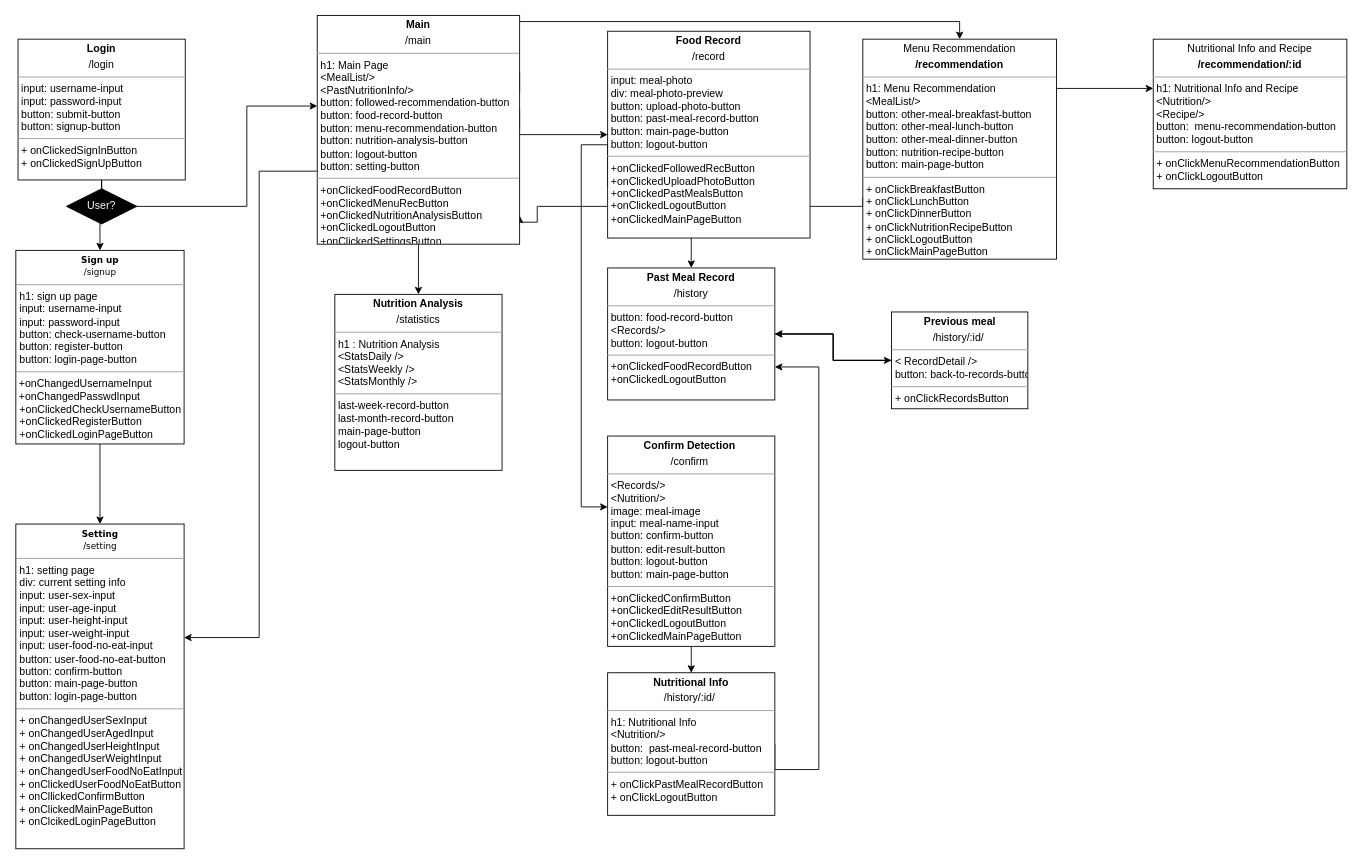
Above: Untitled Diagram.drawio in swsnu/swpp2021-team5 (draw.io), before the change. Source tidied: cells renumbered, new cells numbered last; positions are measured from the earlier drawing's top-left corner, leaving out a move shared by most shapes. Both pictures are drawn from the tidied source at 88%, with x=0, y=0 at pixel (16, 15).
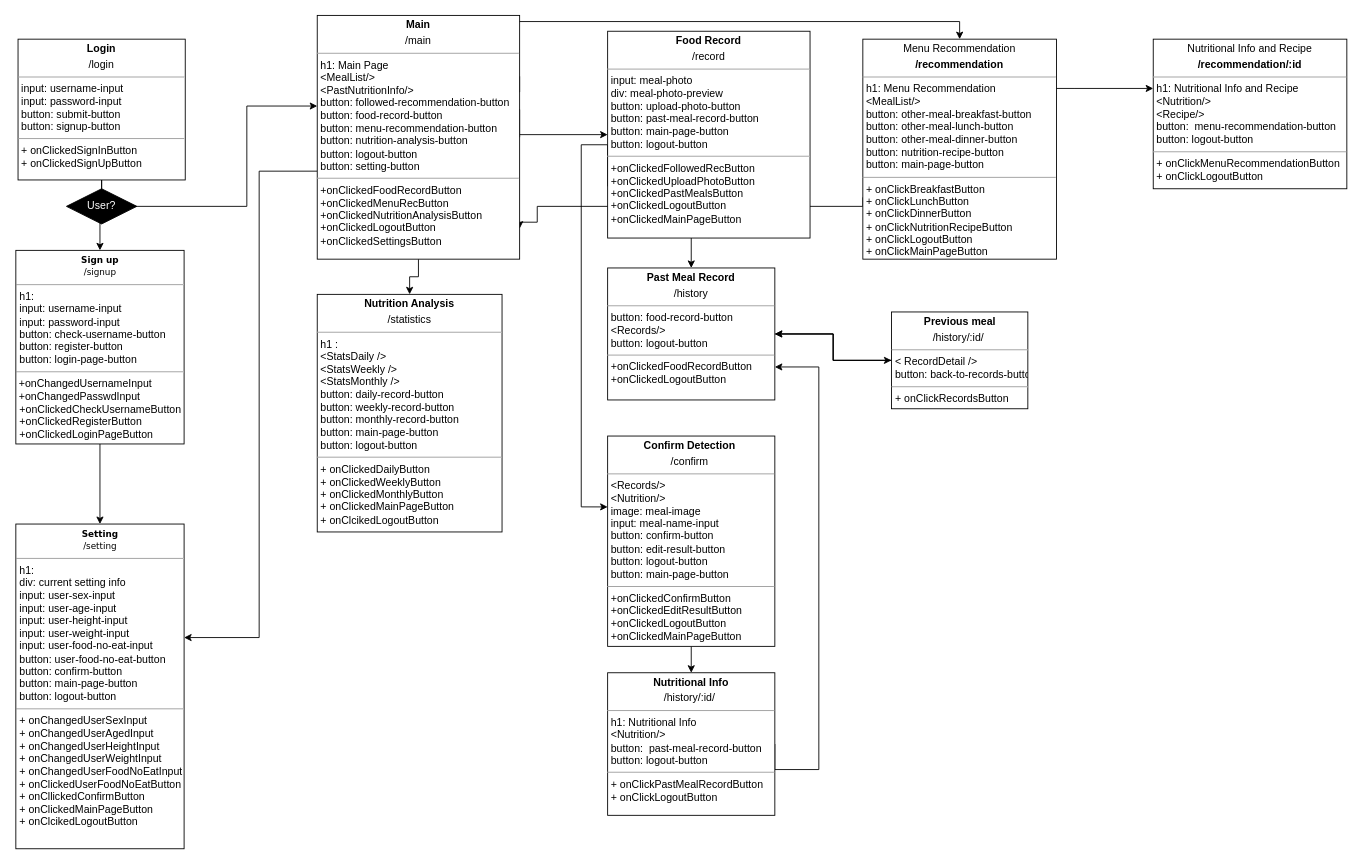
The same diagram, later.

What changed in the source:
```diff
@@
-    <mxCell id="2" value="&lt;p style=&quot;margin: 0px ; margin-top: 4px ; text-align: center&quot;&gt;&lt;b&gt;Nutrition Analysis&lt;/b&gt;&lt;/p&gt;&lt;p style=&quot;margin: 0px ; margin-top: 4px ; text-align: center&quot;&gt;/statistics&lt;/p&gt;&lt;hr size=&quot;1&quot;&gt;&lt;p style=&quot;margin: 0px ; margin-left: 4px&quot;&gt;h1 : Nutrition Analysis&lt;/p&gt;&lt;p style=&quot;margin: 0px ; margin-left: 4px&quot;&gt;&amp;lt;StatsDaily /&amp;gt;&lt;/p&gt;&lt;p style=&quot;margin: 0px ; margin-left: 4px&quot;&gt;&amp;lt;StatsWeekly /&amp;gt;&lt;/p&gt;&lt;p style=&quot;margin: 0px ; margin-left: 4px&quot;&gt;&amp;lt;StatsMonthly /&amp;gt;&lt;/p&gt;&lt;hr size=&quot;1&quot;&gt;&lt;p style=&quot;margin: 0px ; margin-left: 4px&quot;&gt;last-week-record-button&lt;/p&gt;&lt;p style=&quot;margin: 0px ; margin-left: 4px&quot;&gt;last-month-record-button&lt;/p&gt;&lt;p style=&quot;margin: 0px ; margin-left: 4px&quot;&gt;main-page-button&lt;/p&gt;&lt;p style=&quot;margin: 0px ; margin-left: 4px&quot;&gt;logout-button&lt;/p&gt;" style="verticalAlign=top;align=left;overflow=fill;fontSize=12;fontFamily=Helvetica;html=1;rounded=0;shadow=0;comic=0;labelBackgroundColor=none;strokeWidth=1;" parent="1" vertex="1">
-      <mxGeometry x="362" y="317" width="190" height="200" as="geometry" />
+    <mxCell id="2" value="&lt;p style=&quot;margin: 4px 0px 0px ; text-align: center&quot;&gt;&lt;b&gt;Nutrition Analysis&lt;/b&gt;&lt;/p&gt;&lt;p style=&quot;margin: 4px 0px 0px ; text-align: center&quot;&gt;/statistics&lt;/p&gt;&lt;hr size=&quot;1&quot;&gt;&lt;p style=&quot;margin: 0px 0px 0px 4px&quot;&gt;h1 :&amp;nbsp;&lt;/p&gt;&lt;p style=&quot;margin: 0px 0px 0px 4px&quot;&gt;&amp;lt;StatsDaily /&amp;gt;&lt;/p&gt;&lt;p style=&quot;margin: 0px 0px 0px 4px&quot;&gt;&amp;lt;StatsWeekly /&amp;gt;&lt;/p&gt;&lt;p style=&quot;margin: 0px 0px 0px 4px&quot;&gt;&amp;lt;StatsMonthly /&amp;gt;&lt;/p&gt;&lt;p style=&quot;margin: 0px 0px 0px 4px&quot;&gt;button: daily-record-button&lt;/p&gt;&lt;p style=&quot;margin: 0px 0px 0px 4px&quot;&gt;&lt;span&gt;button:&amp;nbsp;&lt;/span&gt;&lt;span&gt;weekly-record-button&lt;/span&gt;&lt;/p&gt;&lt;p style=&quot;margin: 0px 0px 0px 4px&quot;&gt;&lt;span&gt;button:&amp;nbsp;&lt;/span&gt;&lt;span&gt;monthly-record-button&lt;/span&gt;&lt;/p&gt;&lt;p style=&quot;margin: 0px 0px 0px 4px&quot;&gt;button: main-page-button&lt;/p&gt;&lt;p style=&quot;margin: 0px 0px 0px 4px&quot;&gt;button: logout-button&lt;/p&gt;&lt;hr size=&quot;1&quot;&gt;&lt;p style=&quot;margin: 0px 0px 0px 4px&quot;&gt;+ onClickedDailyButton&lt;/p&gt;&lt;p style=&quot;margin: 0px 0px 0px 4px&quot;&gt;+ onClickedWeeklyButton&lt;/p&gt;&lt;p style=&quot;margin: 0px 0px 0px 4px&quot;&gt;+ onClickedMonthlyButton&amp;nbsp;&lt;/p&gt;&lt;p style=&quot;margin: 0px 0px 0px 4px&quot;&gt;+ onClickedMainPageButton&lt;/p&gt;&lt;p style=&quot;margin: 0px 0px 0px 4px&quot;&gt;+ onClcikedLogoutButton&lt;/p&gt;" style="verticalAlign=top;align=left;overflow=fill;fontSize=12;fontFamily=Helvetica;html=1;rounded=0;shadow=0;comic=0;labelBackgroundColor=none;strokeWidth=1;" parent="1" vertex="1">
+      <mxGeometry x="342" y="317" width="210" height="270" as="geometry" />
     </mxCell>
@@
     <mxCell id="9" value="&lt;p style=&quot;margin: 0px ; margin-top: 4px ; text-align: center&quot;&gt;&lt;b&gt;Main&lt;/b&gt;&lt;/p&gt;&lt;p style=&quot;margin: 0px ; margin-top: 4px ; text-align: center&quot;&gt;/main&lt;/p&gt;&lt;hr size=&quot;1&quot;&gt;&lt;p style=&quot;margin: 0px ; margin-left: 4px&quot;&gt;h1: Main Page&lt;/p&gt;&lt;p style=&quot;margin: 0px ; margin-left: 4px&quot;&gt;&amp;lt;MealList/&amp;gt;&lt;/p&gt;&lt;p style=&quot;margin: 0px ; margin-left: 4px&quot;&gt;&amp;lt;PastNutritionInfo/&amp;gt;&lt;/p&gt;&lt;p style=&quot;margin: 0px 0px 0px 4px&quot;&gt;button: followed-recommendation-button&lt;/p&gt;&lt;p style=&quot;margin: 0px ; margin-left: 4px&quot;&gt;&lt;span&gt;button: food-record-button&lt;/span&gt;&lt;br&gt;&lt;/p&gt;&lt;p style=&quot;margin: 0px 0px 0px 4px&quot;&gt;button: menu-recommendation-button&lt;/p&gt;&lt;p style=&quot;margin: 0px 0px 0px 4px&quot;&gt;button: nutrition-analysis-button&lt;/p&gt;&lt;p style=&quot;margin: 0px 0px 0px 4px&quot;&gt;button: logout-button&lt;/p&gt;&lt;p style=&quot;margin: 0px 0px 0px 4px&quot;&gt;button: setting-button&lt;/p&gt;&lt;hr size=&quot;1&quot;&gt;&lt;p style=&quot;margin: 0px ; margin-left: 4px&quot;&gt;+onClickedFoodRecordButton&lt;/p&gt;&lt;p style=&quot;margin: 0px ; margin-left: 4px&quot;&gt;+onClickedMenuRecButton&lt;/p&gt;&lt;p style=&quot;margin: 0px ; margin-left: 4px&quot;&gt;+onClickedNutritionAnalysisButton&lt;/p&gt;&lt;p style=&quot;margin: 0px ; margin-left: 4px&quot;&gt;+onClickedLogoutButton&lt;/p&gt;&lt;p style=&quot;margin: 0px ; margin-left: 4px&quot;&gt;+onClickedSettingsButton&lt;/p&gt;" style="verticalAlign=top;align=left;overflow=fill;fontSize=12;fontFamily=Helvetica;html=1;rounded=0;shadow=0;comic=0;labelBackgroundColor=none;strokeWidth=1;" parent="1" vertex="1">
-      <mxGeometry x="342" width="230" height="260" as="geometry" />
+      <mxGeometry x="342" width="230" height="277" as="geometry" />
     </mxCell>
@@
-    <mxCell id="20" value="&lt;p style=&quot;margin: 4px 0px 0px ; text-align: center&quot;&gt;&lt;b style=&quot;font-family: &amp;#34;verdana&amp;#34; ; font-size: 10px&quot;&gt;Sign up&lt;/b&gt;&lt;br style=&quot;font-family: &amp;#34;verdana&amp;#34; ; font-size: 10px&quot;&gt;&lt;span style=&quot;font-family: &amp;#34;verdana&amp;#34; ; font-size: 10px&quot;&gt;/signup&lt;/span&gt;&lt;br&gt;&lt;/p&gt;&lt;hr size=&quot;1&quot;&gt;&lt;p style=&quot;margin: 0px 0px 0px 4px&quot;&gt;h1: sign up page&lt;/p&gt;&lt;p style=&quot;margin: 0px 0px 0px 4px&quot;&gt;input: username-input&lt;/p&gt;&lt;p style=&quot;margin: 0px 0px 0px 4px&quot;&gt;input: password-input&lt;/p&gt;&lt;p style=&quot;margin: 0px 0px 0px 4px&quot;&gt;button: check-username-button&lt;/p&gt;&lt;p style=&quot;margin: 0px 0px 0px 4px&quot;&gt;button: register-button&lt;/p&gt;&lt;p style=&quot;margin: 0px 0px 0px 4px&quot;&gt;button: login-page-button&lt;/p&gt;&lt;hr size=&quot;1&quot;&gt;&amp;nbsp;+onChangedUsernameInput&lt;br&gt;&amp;nbsp;+onChangedPasswdInput&lt;br&gt;&lt;p style=&quot;margin: 0px 0px 0px 4px&quot;&gt;+onClickedCheckUsernameButton&lt;/p&gt;&lt;p style=&quot;margin: 0px 0px 0px 4px&quot;&gt;+onClickedRegisterButton&lt;/p&gt;&lt;p style=&quot;margin: 0px 0px 0px 4px&quot;&gt;+onClickedLoginPageButton&lt;/p&gt;" style="verticalAlign=top;align=left;overflow=fill;fontSize=12;fontFamily=Helvetica;html=1;" parent="1" vertex="1">
+    <mxCell id="20" value="&lt;p style=&quot;margin: 4px 0px 0px ; text-align: center&quot;&gt;&lt;b style=&quot;font-family: &amp;#34;verdana&amp;#34; ; font-size: 10px&quot;&gt;Sign up&lt;/b&gt;&lt;br style=&quot;font-family: &amp;#34;verdana&amp;#34; ; font-size: 10px&quot;&gt;&lt;span style=&quot;font-family: &amp;#34;verdana&amp;#34; ; font-size: 10px&quot;&gt;/signup&lt;/span&gt;&lt;br&gt;&lt;/p&gt;&lt;hr size=&quot;1&quot;&gt;&lt;p style=&quot;margin: 0px 0px 0px 4px&quot;&gt;h1:&amp;nbsp;&lt;/p&gt;&lt;p style=&quot;margin: 0px 0px 0px 4px&quot;&gt;&lt;span&gt;input: username-input&lt;/span&gt;&lt;/p&gt;&lt;p style=&quot;margin: 0px 0px 0px 4px&quot;&gt;input: password-input&lt;/p&gt;&lt;p style=&quot;margin: 0px 0px 0px 4px&quot;&gt;button: check-username-button&lt;/p&gt;&lt;p style=&quot;margin: 0px 0px 0px 4px&quot;&gt;button: register-button&lt;/p&gt;&lt;p style=&quot;margin: 0px 0px 0px 4px&quot;&gt;button: login-page-button&lt;/p&gt;&lt;hr size=&quot;1&quot;&gt;&amp;nbsp;+onChangedUsernameInput&lt;br&gt;&amp;nbsp;+onChangedPasswdInput&lt;br&gt;&lt;p style=&quot;margin: 0px 0px 0px 4px&quot;&gt;+onClickedCheckUsernameButton&lt;/p&gt;&lt;p style=&quot;margin: 0px 0px 0px 4px&quot;&gt;+onClickedRegisterButton&lt;/p&gt;&lt;p style=&quot;margin: 0px 0px 0px 4px&quot;&gt;+onClickedLoginPageButton&lt;/p&gt;" style="verticalAlign=top;align=left;overflow=fill;fontSize=12;fontFamily=Helvetica;html=1;" parent="1" vertex="1">
       <mxGeometry x="-0.5" y="267" width="191.2" height="220" as="geometry" />
     </mxCell>
-    <mxCell id="21" value="&lt;p style=&quot;margin: 4px 0px 0px ; text-align: center&quot;&gt;&lt;b style=&quot;font-family: &amp;#34;verdana&amp;#34; ; font-size: 10px&quot;&gt;Setting&lt;/b&gt;&lt;br style=&quot;font-family: &amp;#34;verdana&amp;#34; ; font-size: 10px&quot;&gt;&lt;span style=&quot;font-family: &amp;#34;verdana&amp;#34; ; font-size: 10px&quot;&gt;/setting&lt;/span&gt;&lt;br&gt;&lt;/p&gt;&lt;hr size=&quot;1&quot;&gt;&lt;p style=&quot;margin: 0px 0px 0px 4px&quot;&gt;h1: setting page&lt;/p&gt;&lt;p style=&quot;margin: 0px 0px 0px 4px&quot;&gt;div: current setting info&lt;/p&gt;&lt;p style=&quot;margin: 0px 0px 0px 4px&quot;&gt;input: user-sex-input&lt;/p&gt;&lt;p style=&quot;margin: 0px 0px 0px 4px&quot;&gt;input: user-age-input&lt;/p&gt;&lt;p style=&quot;margin: 0px 0px 0px 4px&quot;&gt;input: user-height-input&lt;/p&gt;&lt;p style=&quot;margin: 0px 0px 0px 4px&quot;&gt;input: user-weight-input&lt;/p&gt;&lt;p style=&quot;margin: 0px 0px 0px 4px&quot;&gt;input: user-food-no-eat-input&lt;br&gt;&lt;/p&gt;&lt;p style=&quot;margin: 0px 0px 0px 4px&quot;&gt;button: user-food-no-eat-button&lt;/p&gt;&lt;p style=&quot;margin: 0px 0px 0px 4px&quot;&gt;&lt;span&gt;button: confirm-button&lt;/span&gt;&lt;br&gt;&lt;/p&gt;&lt;p style=&quot;margin: 0px 0px 0px 4px&quot;&gt;button: main-page-button&lt;/p&gt;&lt;p style=&quot;margin: 0px 0px 0px 4px&quot;&gt;button: login-page-button&lt;/p&gt;&lt;hr size=&quot;1&quot;&gt;&lt;p style=&quot;margin: 0px 0px 0px 4px&quot;&gt;+ onChangedUserSexInput&lt;/p&gt;&lt;p style=&quot;margin: 0px 0px 0px 4px&quot;&gt;+ onChangedUserAgedInput&lt;/p&gt;&lt;p style=&quot;margin: 0px 0px 0px 4px&quot;&gt;+ onChangedUserHeightInput&lt;/p&gt;&lt;p style=&quot;margin: 0px 0px 0px 4px&quot;&gt;+ onChangedUserWeightInput&lt;/p&gt;&lt;p style=&quot;margin: 0px 0px 0px 4px&quot;&gt;+ onChangedUserFoodNoEatInput&lt;/p&gt;&lt;p style=&quot;margin: 0px 0px 0px 4px&quot;&gt;+ onClickedUserFoodNoEatButton&lt;/p&gt;&lt;p style=&quot;margin: 0px 0px 0px 4px&quot;&gt;+ onCllickedConfirmButton&lt;/p&gt;&lt;p style=&quot;margin: 0px 0px 0px 4px&quot;&gt;+ onClickedMainPageButton&lt;/p&gt;&lt;p style=&quot;margin: 0px 0px 0px 4px&quot;&gt;+ onClcikedLoginPageButton&lt;/p&gt;&lt;p style=&quot;margin: 0px 0px 0px 4px&quot;&gt;&lt;br&gt;&lt;/p&gt;" style="verticalAlign=top;align=left;overflow=fill;fontSize=12;fontFamily=Helvetica;html=1;" parent="1" vertex="1">
+    <mxCell id="21" value="&lt;p style=&quot;margin: 4px 0px 0px ; text-align: center&quot;&gt;&lt;b style=&quot;font-family: &amp;#34;verdana&amp;#34; ; font-size: 10px&quot;&gt;Setting&lt;/b&gt;&lt;br style=&quot;font-family: &amp;#34;verdana&amp;#34; ; font-size: 10px&quot;&gt;&lt;span style=&quot;font-family: &amp;#34;verdana&amp;#34; ; font-size: 10px&quot;&gt;/setting&lt;/span&gt;&lt;br&gt;&lt;/p&gt;&lt;hr size=&quot;1&quot;&gt;&lt;p style=&quot;margin: 0px 0px 0px 4px&quot;&gt;h1:&amp;nbsp;&lt;/p&gt;&lt;p style=&quot;margin: 0px 0px 0px 4px&quot;&gt;div: current setting info&lt;/p&gt;&lt;p style=&quot;margin: 0px 0px 0px 4px&quot;&gt;input: user-sex-input&lt;/p&gt;&lt;p style=&quot;margin: 0px 0px 0px 4px&quot;&gt;input: user-age-input&lt;/p&gt;&lt;p style=&quot;margin: 0px 0px 0px 4px&quot;&gt;input: user-height-input&lt;/p&gt;&lt;p style=&quot;margin: 0px 0px 0px 4px&quot;&gt;input: user-weight-input&lt;/p&gt;&lt;p style=&quot;margin: 0px 0px 0px 4px&quot;&gt;input: user-food-no-eat-input&lt;br&gt;&lt;/p&gt;&lt;p style=&quot;margin: 0px 0px 0px 4px&quot;&gt;button: user-food-no-eat-button&lt;/p&gt;&lt;p style=&quot;margin: 0px 0px 0px 4px&quot;&gt;&lt;span&gt;button: confirm-button&lt;/span&gt;&lt;br&gt;&lt;/p&gt;&lt;p style=&quot;margin: 0px 0px 0px 4px&quot;&gt;button: main-page-button&lt;/p&gt;&lt;p style=&quot;margin: 0px 0px 0px 4px&quot;&gt;button: logout-button&lt;/p&gt;&lt;hr size=&quot;1&quot;&gt;&lt;p style=&quot;margin: 0px 0px 0px 4px&quot;&gt;+ onChangedUserSexInput&lt;/p&gt;&lt;p style=&quot;margin: 0px 0px 0px 4px&quot;&gt;+ onChangedUserAgedInput&lt;/p&gt;&lt;p style=&quot;margin: 0px 0px 0px 4px&quot;&gt;+ onChangedUserHeightInput&lt;/p&gt;&lt;p style=&quot;margin: 0px 0px 0px 4px&quot;&gt;+ onChangedUserWeightInput&lt;/p&gt;&lt;p style=&quot;margin: 0px 0px 0px 4px&quot;&gt;+ onChangedUserFoodNoEatInput&lt;/p&gt;&lt;p style=&quot;margin: 0px 0px 0px 4px&quot;&gt;+ onClickedUserFoodNoEatButton&lt;/p&gt;&lt;p style=&quot;margin: 0px 0px 0px 4px&quot;&gt;+ onCllickedConfirmButton&lt;/p&gt;&lt;p style=&quot;margin: 0px 0px 0px 4px&quot;&gt;+ onClickedMainPageButton&lt;/p&gt;&lt;p style=&quot;margin: 0px 0px 0px 4px&quot;&gt;+ onClcikedLogoutButton&lt;/p&gt;&lt;p style=&quot;margin: 0px 0px 0px 4px&quot;&gt;&lt;br&gt;&lt;/p&gt;" style="verticalAlign=top;align=left;overflow=fill;fontSize=12;fontFamily=Helvetica;html=1;" parent="1" vertex="1">
       <mxGeometry x="-0.5" y="578" width="191.2" height="369" as="geometry" />
     </mxCell>
```
